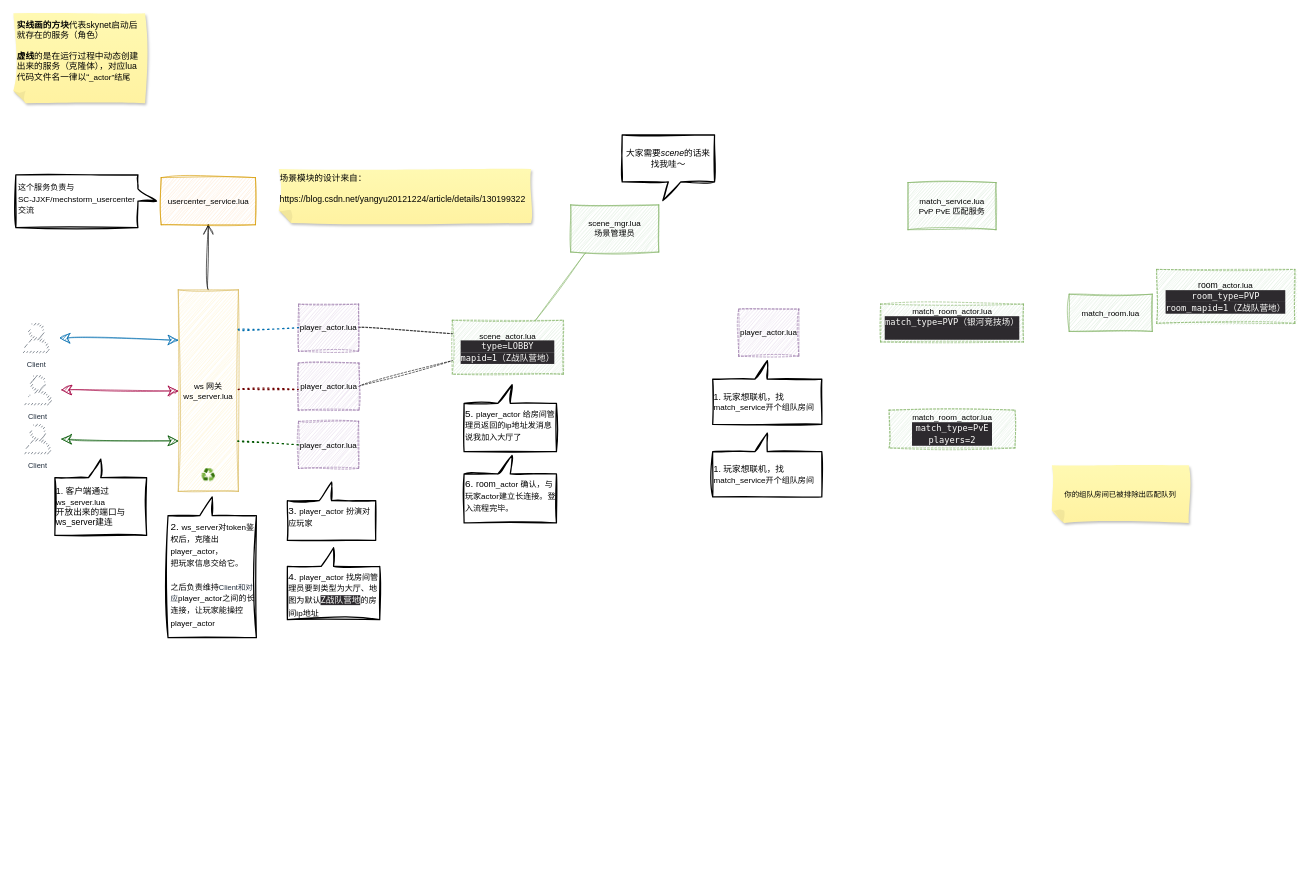
SC-JJXF/mechstorm_gameserver_skynet keeps this draw.io diagram as 图.drawio. Above is the earlier version. Source tidied: cells renumbered, new cells numbered last; positions are measured from the earlier drawing's top-left corner, leaving out a move shared by most shapes. Both pictures are drawn from the tidied source at 62%, with x=0, y=0 at pixel (13, 13).
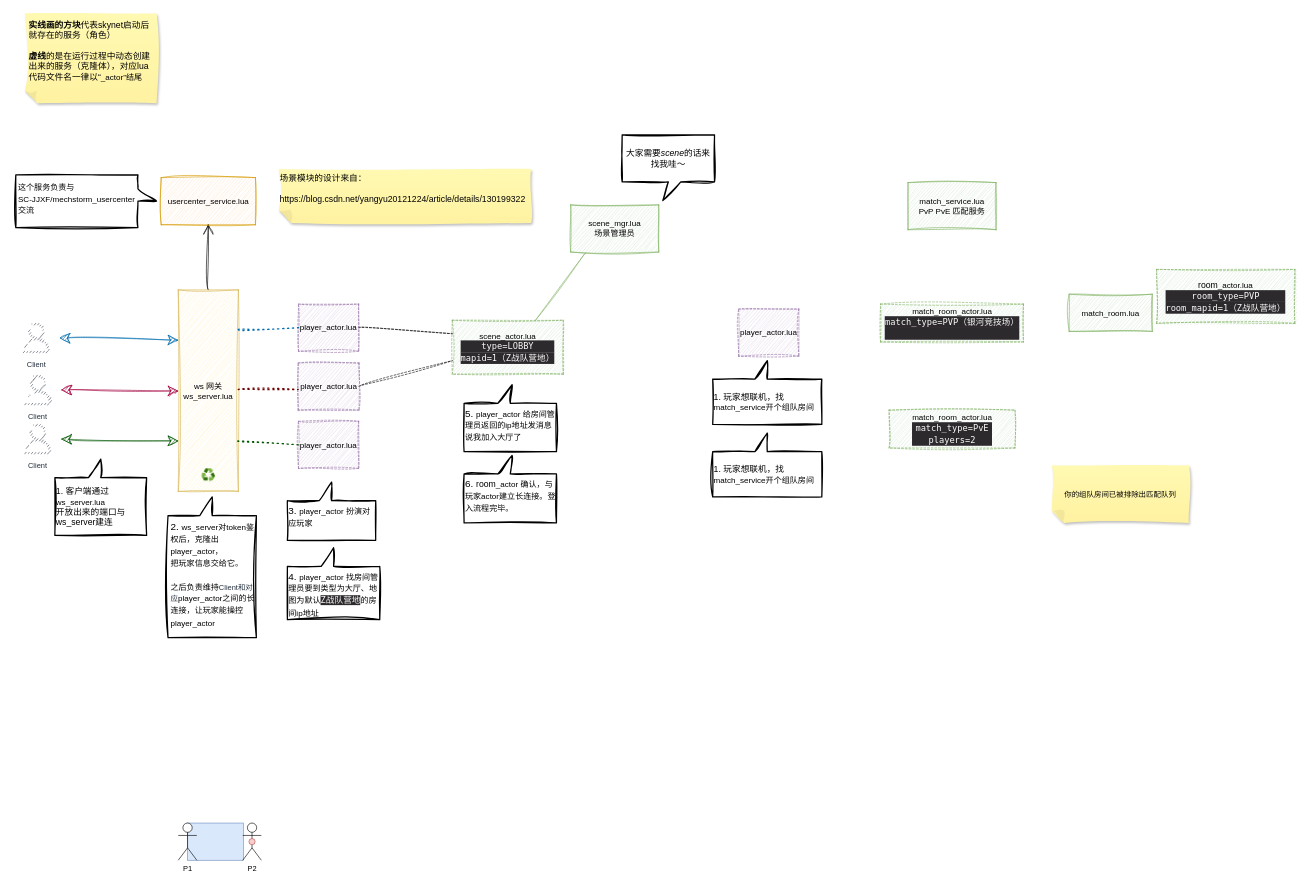
The same page after the edit.

The edit, as a diff of the source:
```diff
@@
+    <mxCell id="42" style="rounded=0;whiteSpace=wrap;html=1;fillColor=#dae8fc;strokeColor=#6c8ebf;" parent="1" vertex="1">
+      <mxGeometry x="281" y="1306" width="90" height="60" as="geometry" />
+    </mxCell>
@@
     <mxCell id="25" value="&lt;b&gt;实线画的方块&lt;/b&gt;代表skynet启动后就存在的服务（角色）&lt;br&gt;&lt;br&gt;&lt;b&gt;虚线&lt;/b&gt;的是在运行过程中动态创建出来的服务（克隆体），对应lua代码文件名一律以“&lt;span style=&quot;font-size: 13px;&quot;&gt;_actor”结尾&lt;/span&gt;" style="shape=note;whiteSpace=wrap;html=1;backgroundOutline=1;fontColor=#000000;darkOpacity=0.05;fillColor=#FFF9B2;strokeColor=none;fillStyle=solid;direction=west;gradientDirection=north;gradientColor=#FFF2A1;shadow=1;size=20;dashed=1;strokeWidth=2;fontSize=14;verticalAlign=top;align=left;spacing=6;rounded=0;sketch=1;curveFitting=1;jiggle=2;" parent="1" vertex="1">
-      <mxGeometry width="212.5" height="145" as="geometry" />
+      <mxGeometry x="18.5" width="212.5" height="145" as="geometry" />
     </mxCell>
@@
+    <mxCell id="43" value="P1" style="shape=umlActor;verticalLabelPosition=bottom;verticalAlign=top;html=1;" parent="1" vertex="1">
+      <mxGeometry x="266" y="1306" width="30" height="60" as="geometry" />
+    </mxCell>
+    <mxCell id="44" value="P2" style="shape=umlActor;verticalLabelPosition=bottom;verticalAlign=top;html=1;" parent="1" vertex="1">
+      <mxGeometry x="370" y="1306" width="30" height="60" as="geometry" />
+    </mxCell>
+    <mxCell id="45" style="ellipse;whiteSpace=wrap;html=1;fillColor=#f8cecc;strokeColor=#b85450;" parent="1" vertex="1">
+      <mxGeometry x="380" y="1331" width="10" height="10" as="geometry" />
+    </mxCell>
```
